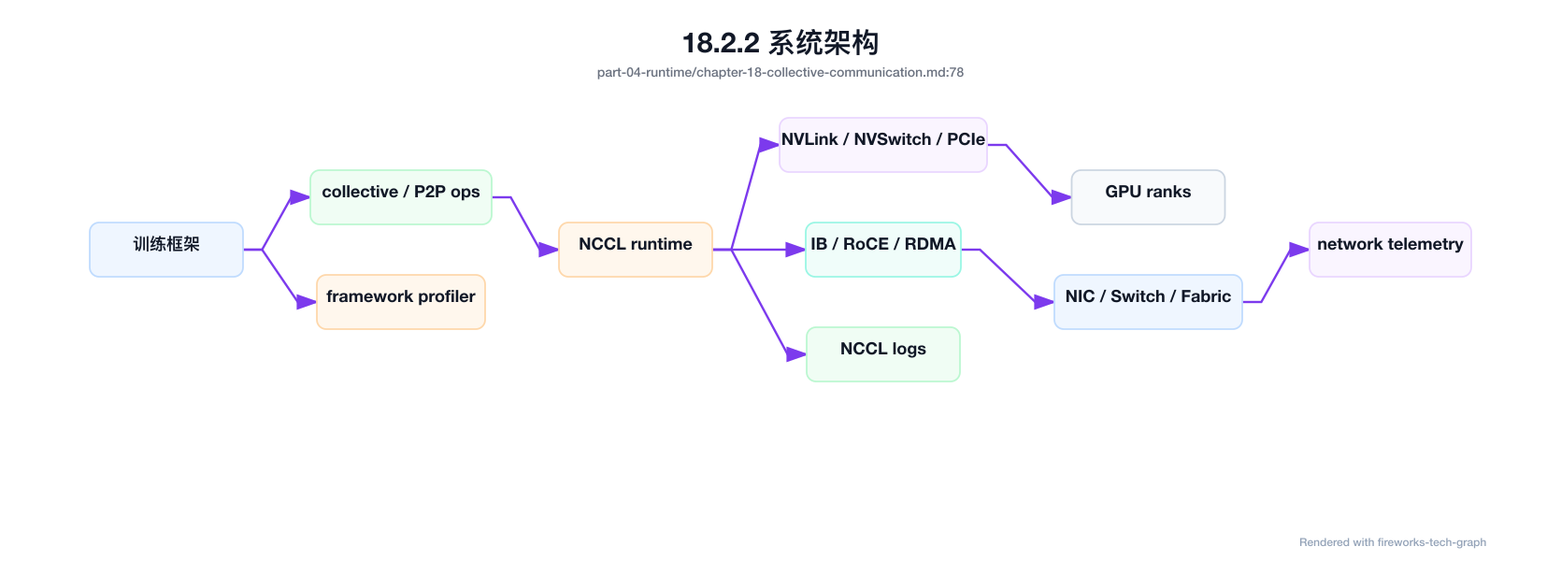
Before: docs/assets/diagrams/part-04-runtime-chapter-18-collective-communication-01.png, a diagram exported from Mermaid (ikingye/ai-factory-engineering). Its source is kept beside it as docs/assets/diagrams/sources/part-04-runtime-chapter-18-collective-communication-01.mmd. The source it was exported from:
```mermaid
flowchart LR
  Framework["训练框架"] --> Ops["collective / P2P ops"]
  Ops --> NCCL["NCCL runtime"]
  NCCL --> Intra["NVLink / NVSwitch / PCIe"]
  NCCL --> Inter["IB / RoCE / RDMA"]
  Intra --> GPU["GPU ranks"]
  Inter --> NIC["NIC / Switch / Fabric"]
  NCCL --> Logs["NCCL logs"]
  Framework --> Profiler["framework profiler"]
  NIC --> Telemetry["network telemetry"]
```
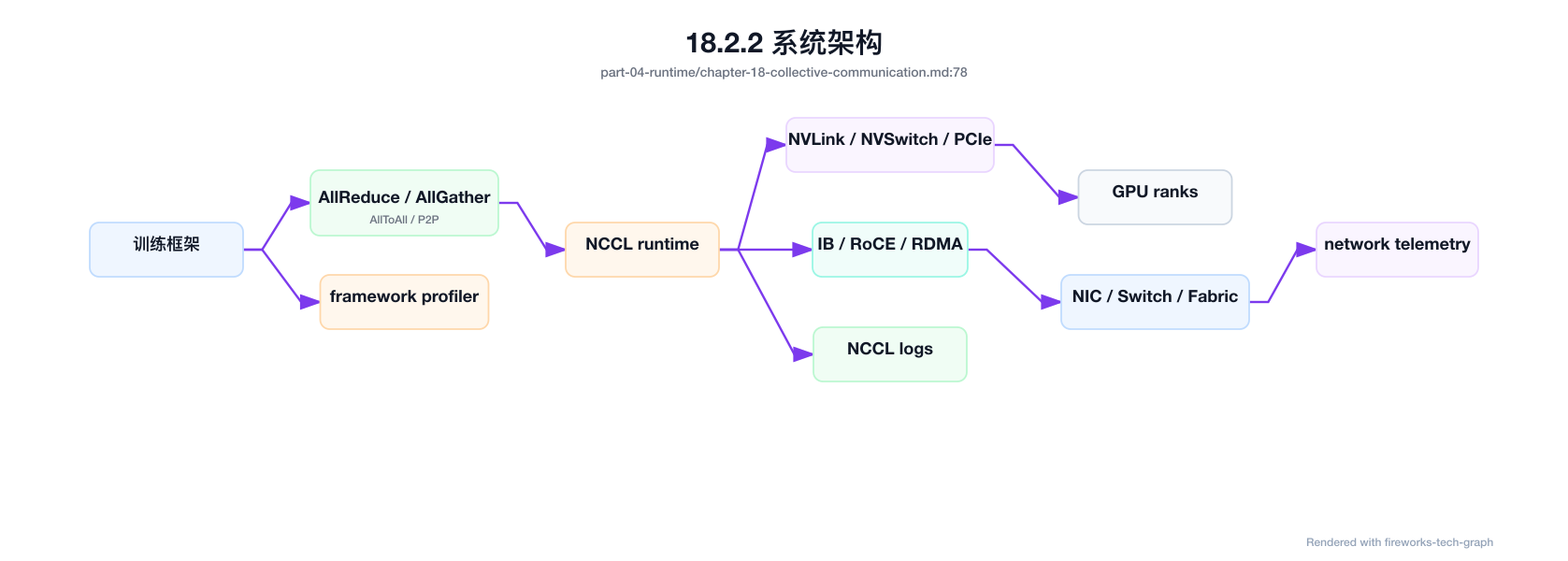
After the change.

Commit message:
docs: tighten communication and system map review

Diff of the diagram source:
```diff
@@ -1,5 +1,5 @@
 flowchart LR
-  Framework["训练框架"] --> Ops["collective / P2P ops"]
+  Framework["训练框架"] --> Ops["AllReduce / AllGather / AllToAll / P2P"]
   Ops --> NCCL["NCCL runtime"]
   NCCL --> Intra["NVLink / NVSwitch / PCIe"]
   NCCL --> Inter["IB / RoCE / RDMA"]
```
